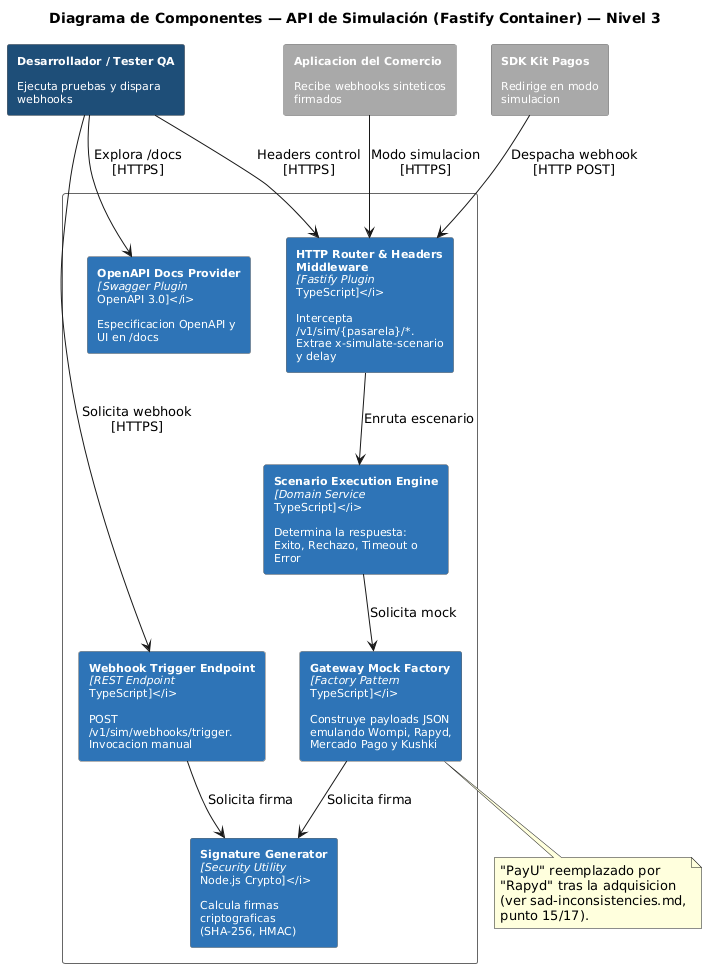
Before: docs/architecture/Simulador API/Component Diagram - C4.png, a diagram exported from PlantUML (PurosBrothers/Kit-Pagos-Colombia---Tesis).
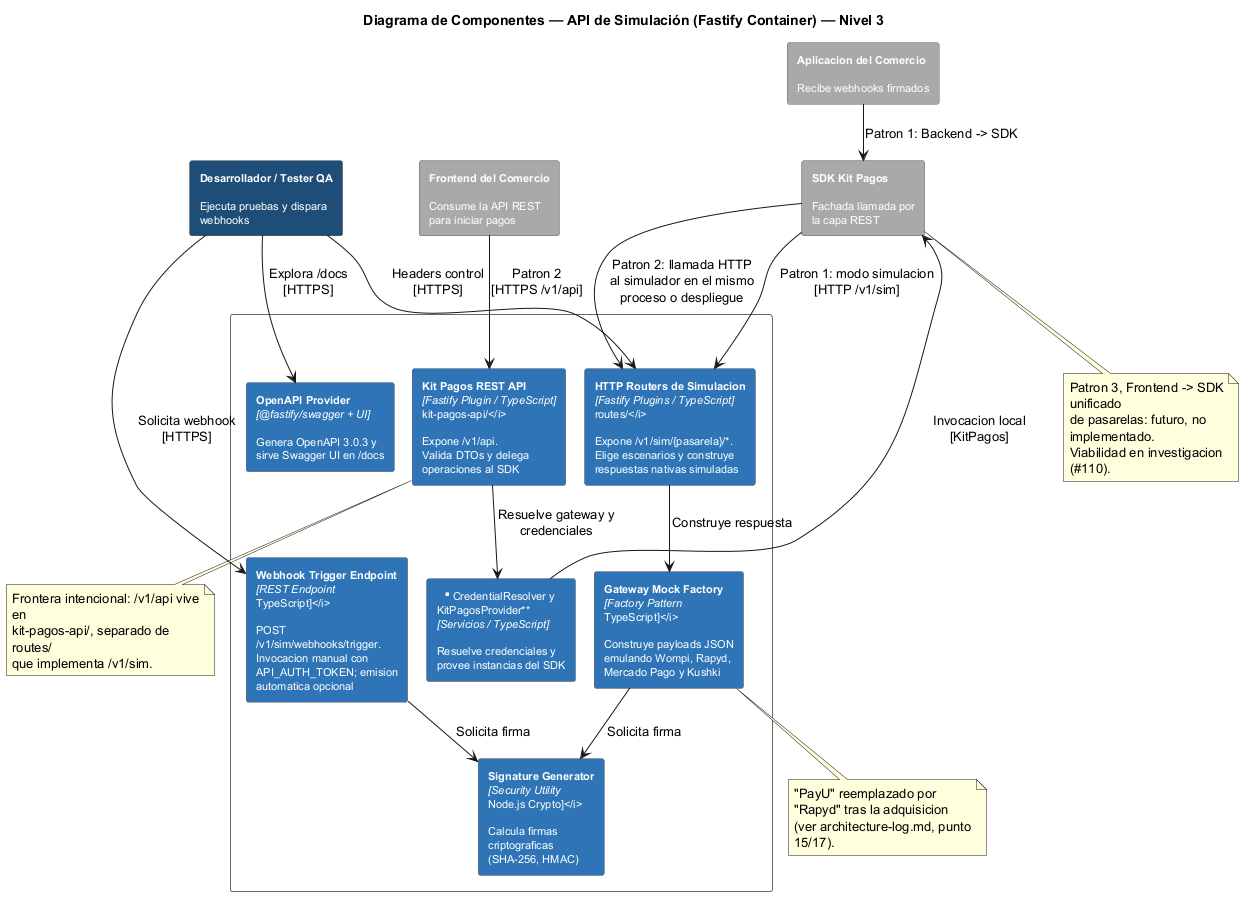
Above is the later version.

The edit, as a diff of the source:
```diff
@@ -1,4 +1,5 @@
-@startuml
+@startuml Component Diagram - Simulador API
+!pragma layout smetana
 title Diagrama de Componentes — API de Simulación (Fastify Container) — Nivel 3
 skinparam backgroundColor white
 skinparam rectangleFontSize 11
@@ -10,31 +11,49 @@
 }
 
 rectangle "**Desarrollador / Tester QA**\n\nEjecuta pruebas y dispara\nwebhooks" as Dev #1F4E79
-rectangle "**Aplicacion del Comercio**\n\nRecibe webhooks sinteticos\nfirmados" as Comercio #A9A9A9
-rectangle "**SDK Kit Pagos**\n\nRedirige en modo\nsimulacion" as SDK #A9A9A9
+rectangle "**Frontend del Comercio**\n\nConsume la API REST\npara iniciar pagos" as Frontend #A9A9A9
+rectangle "**Aplicacion del Comercio**\n\nRecibe webhooks firmados" as Comercio #A9A9A9
+rectangle "**SDK Kit Pagos**\n\nFachada llamada por\nla capa REST" as SDK #A9A9A9
 
 rectangle "API de Simulacion (Fastify / Node.js 18+)\n[container]" as System #FFFFFF {
-  rectangle "**HTTP Router & Headers Middleware**\n<i>[Fastify Plugin\nTypeScript]</i>\n\nIntercepta\n/v1/sim/{pasarela}/*.\nExtrae x-simulate-scenario\ny delay" as Router #2E75B6
-  rectangle "**Webhook Trigger Endpoint**\n<i>[REST Endpoint\nTypeScript]</i>\n\nPOST\n/v1/sim/webhooks/trigger.\nInvocacion manual" as WebhookEndpoint #2E75B6
-  rectangle "**OpenAPI Docs Provider**\n<i>[Swagger Plugin\nOpenAPI 3.0]</i>\n\nEspecificacion OpenAPI y\nUI en /docs" as OpenAPI #2E75B6
+  rectangle "**Kit Pagos REST API**\n<i>[Fastify Plugin / TypeScript]\nkit-pagos-api/</i>\n\nExpone /v1/api.\nValida DTOs y delega\noperaciones al SDK" as RestApi #2E75B6
+  rectangle "**HTTP Routers de Simulacion**\n<i>[Fastify Plugins / TypeScript]\nroutes/</i>\n\nExpone /v1/sim/{pasarela}/*.\nElige escenarios y construye\nrespuestas nativas simuladas" as Router #2E75B6
+  rectangle "**CredentialResolver y\nKitPagosProvider**\n<i>[Servicios / TypeScript]</i>\n\nResuelve credenciales y\nprovee instancias del SDK" as Provider #2E75B6
+  rectangle "**Webhook Trigger Endpoint**\n<i>[REST Endpoint\nTypeScript]</i>\n\nPOST\n/v1/sim/webhooks/trigger.\nInvocacion manual con\nAPI_AUTH_TOKEN; emision\nautomatica opcional" as WebhookEndpoint #2E75B6
+  rectangle "**OpenAPI Provider**\n<i>[@fastify/swagger + UI]</i>\n\nGenera OpenAPI 3.0.3 y\nsirve Swagger UI en /docs" as OpenAPI #2E75B6
   rectangle "**Gateway Mock Factory**\n<i>[Factory Pattern\nTypeScript]</i>\n\nConstruye payloads JSON\nemulando Wompi, Rapyd,\nMercado Pago y Kushki" as MockFactory #2E75B6
-  rectangle "**Scenario Execution Engine**\n<i>[Domain Service\nTypeScript]</i>\n\nDetermina la respuesta:\nExito, Rechazo, Timeout o\nError" as ScenarioEngine #2E75B6
   rectangle "**Signature Generator**\n<i>[Security Utility\nNode.js Crypto]</i>\n\nCalcula firmas\ncriptograficas\n(SHA-256, HMAC)" as SignatureGen #2E75B6
 }
 
-Comercio --> Router : Modo simulacion\n[HTTPS]
-SDK --> Router : Despacha webhook\n[HTTP POST]
+Frontend --> RestApi : Patron 2\n[HTTPS /v1/api]
+Comercio --> SDK : Patron 1: Backend -> SDK
+RestApi --> Provider : Resuelve gateway y\ncredenciales
+Provider --> SDK : Invocacion local\n[KitPagos]
+SDK --> Router : Patron 2: llamada HTTP\nal simulador en el mismo\nproceso o despliegue
+SDK --> Router : Patron 1: modo simulacion\n[HTTP /v1/sim]
 Dev --> Router : Headers control\n[HTTPS]
 Dev --> WebhookEndpoint : Solicita webhook\n[HTTPS]
 Dev --> OpenAPI : Explora /docs\n[HTTPS]
 
-Router --> ScenarioEngine : Enruta escenario
-ScenarioEngine --> MockFactory : Solicita mock
+Router --> MockFactory : Construye respuesta
 MockFactory --> SignatureGen : Solicita firma
 WebhookEndpoint --> SignatureGen : Solicita firma
 
+note bottom of RestApi
+  Frontera intencional: /v1/api vive en
+  kit-pagos-api/, separado de routes/
+  que implementa /v1/sim.
+end note
+
+note bottom of SDK
+  Patron 3, Frontend -> SDK unificado
+  de pasarelas: futuro, no implementado.
+  Viabilidad en investigacion (#110).
+end note
+
 note bottom of MockFactory
   "PayU" reemplazado por "Rapyd" tras la adquisicion
-  (ver sad-inconsistencies.md, punto 15/17).
+  (ver architecture-log.md, punto 15/17).
 end note
+
 @enduml
```
